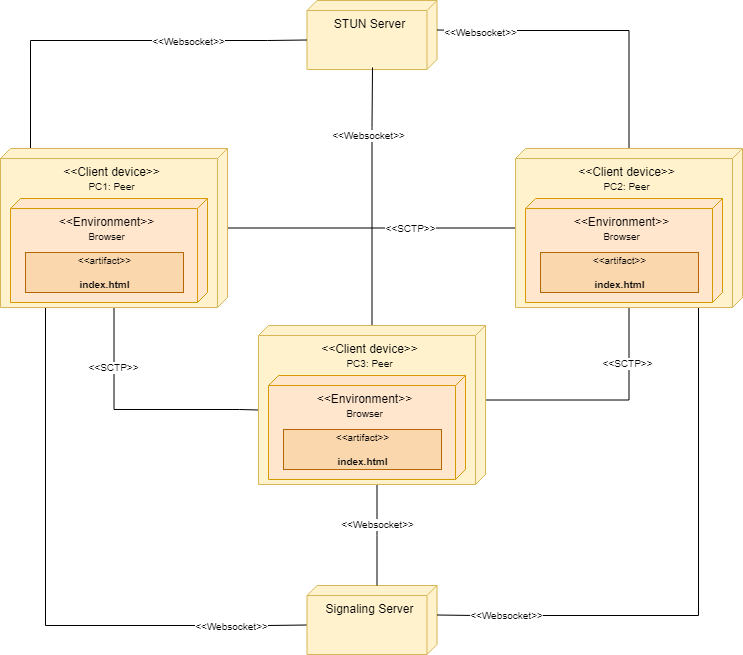
Above: doc/UML/dep.png in Prop4et/BriscolaRTC (draw.io), before the change. Source tidied: cells renumbered, new cells last; positions are measured from the earlier drawing's top-left corner, leaving out a move shared by most shapes.
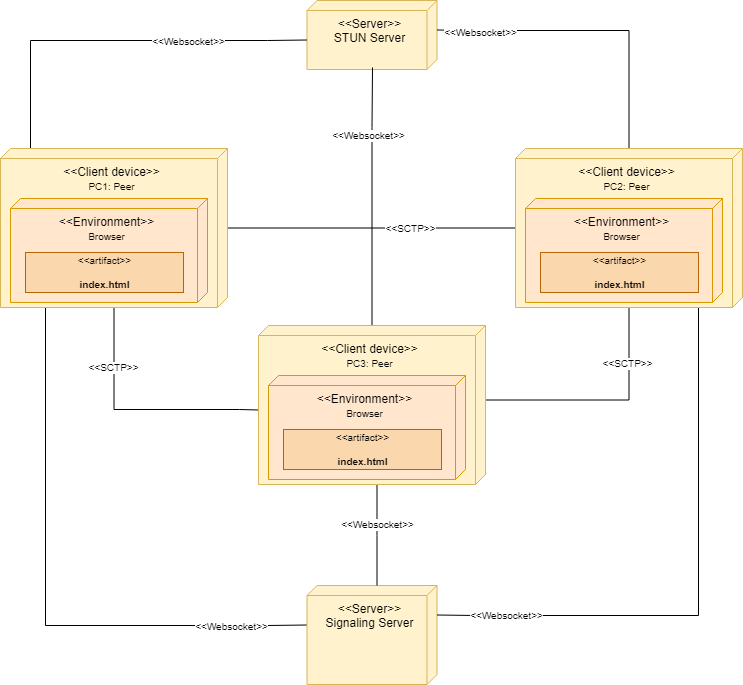
After the change.

What changed in the source:
```diff
@@ -2,7 +2,7 @@
   <root>
     <mxCell id="0" />
     <mxCell id="1" parent="0" />
-    <mxCell id="2" value="STUN Server" style="verticalAlign=top;align=center;shape=cube;size=10;direction=south;fontStyle=0;html=1;boundedLbl=1;spacingLeft=5;fillColor=#fff2cc;strokeColor=#d6b656;" parent="1" vertex="1">
+    <mxCell id="2" value="&amp;lt;&amp;lt;Server&amp;gt;&amp;gt;&lt;br&gt;STUN Server" style="verticalAlign=top;align=center;shape=cube;size=10;direction=south;fontStyle=0;html=1;boundedLbl=1;spacingLeft=5;fillColor=#fff2cc;strokeColor=#d6b656;" parent="1" vertex="1">
       <mxGeometry x="306.5" width="130" height="69" as="geometry" />
     </mxCell>
     <mxCell id="3" style="edgeStyle=orthogonalEdgeStyle;rounded=0;jettySize=auto;html=1;fontSize=10;endArrow=none;endFill=0;" parent="1" edge="1" source="11" target="21">
@@ -58,8 +58,8 @@
     <mxCell id="13" value="&amp;lt;&amp;lt;artifact&amp;gt;&amp;gt;&lt;br&gt;&lt;br&gt;&lt;b&gt;index.html&lt;/b&gt;" style="text;html=1;align=center;verticalAlign=middle;dashed=0;fillColor=#fad7ac;strokeColor=#b46504;fontSize=10;" parent="11" vertex="1">
       <mxGeometry x="25" y="104" width="158" height="40" as="geometry" />
     </mxCell>
-    <mxCell id="14" value="Signaling Server" style="verticalAlign=top;align=center;shape=cube;size=10;direction=south;fontStyle=0;html=1;boundedLbl=1;spacingLeft=5;fillColor=#fff2cc;strokeColor=#d6b656;" parent="1" vertex="1">
-      <mxGeometry x="306.5" y="585" width="130" height="69" as="geometry" />
+    <mxCell id="14" value="&amp;lt;&amp;lt;Server&amp;gt;&amp;gt;&lt;br&gt;Signaling Server" style="verticalAlign=top;align=center;shape=cube;size=10;direction=south;fontStyle=0;html=1;boundedLbl=1;spacingLeft=5;fillColor=#fff2cc;strokeColor=#d6b656;" parent="1" vertex="1">
+      <mxGeometry x="306.5" y="585" width="130" height="99" as="geometry" />
     </mxCell>
     <mxCell id="15" style="edgeStyle=orthogonalEdgeStyle;rounded=0;jettySize=auto;html=1;entryX=0;entryY=0;entryDx=74.5;entryDy=0;entryPerimeter=0;fontSize=10;endArrow=none;endFill=0;" parent="1" edge="1" source="21" target="28">
       <mxGeometry relative="1" as="geometry">
```
